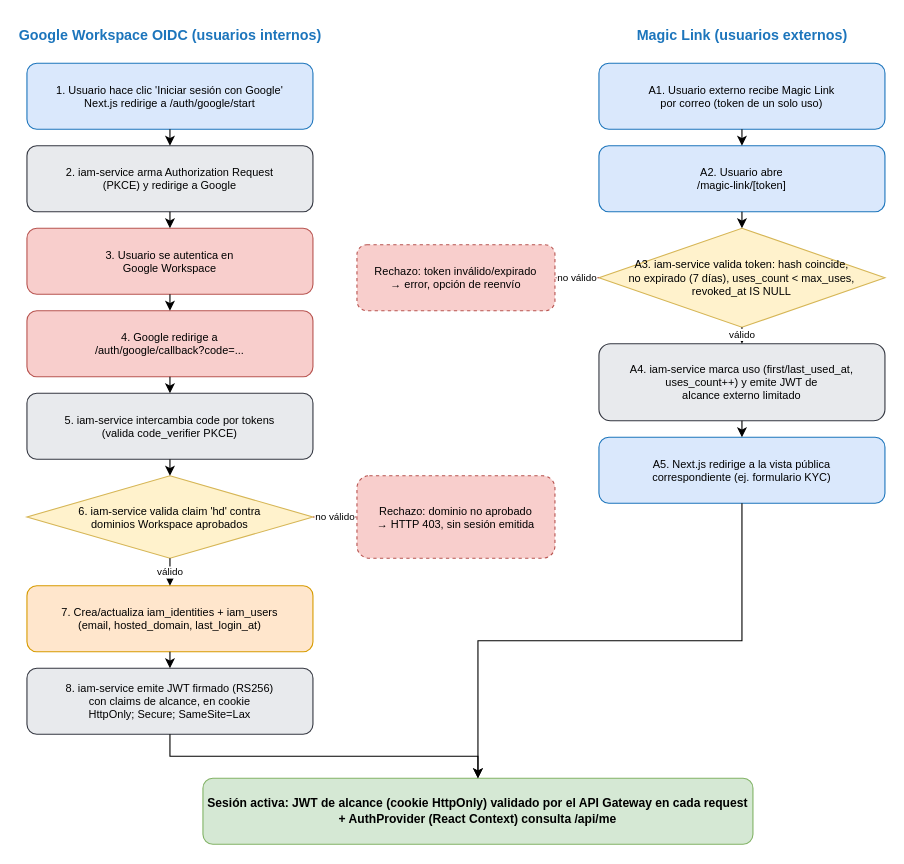
mariana747/CumbresBI keeps this draw.io diagram as docs/architecture/diagrams/05-flujo-oidc.drawio. Above is the earlier version. Source tidied: cells renumbered, new cells numbered last; positions are measured from the earlier drawing's top-left corner, leaving out a move shared by most shapes. Both pictures are drawn from the tidied source at 110%, with x=0, y=0 at pixel (26, 19).
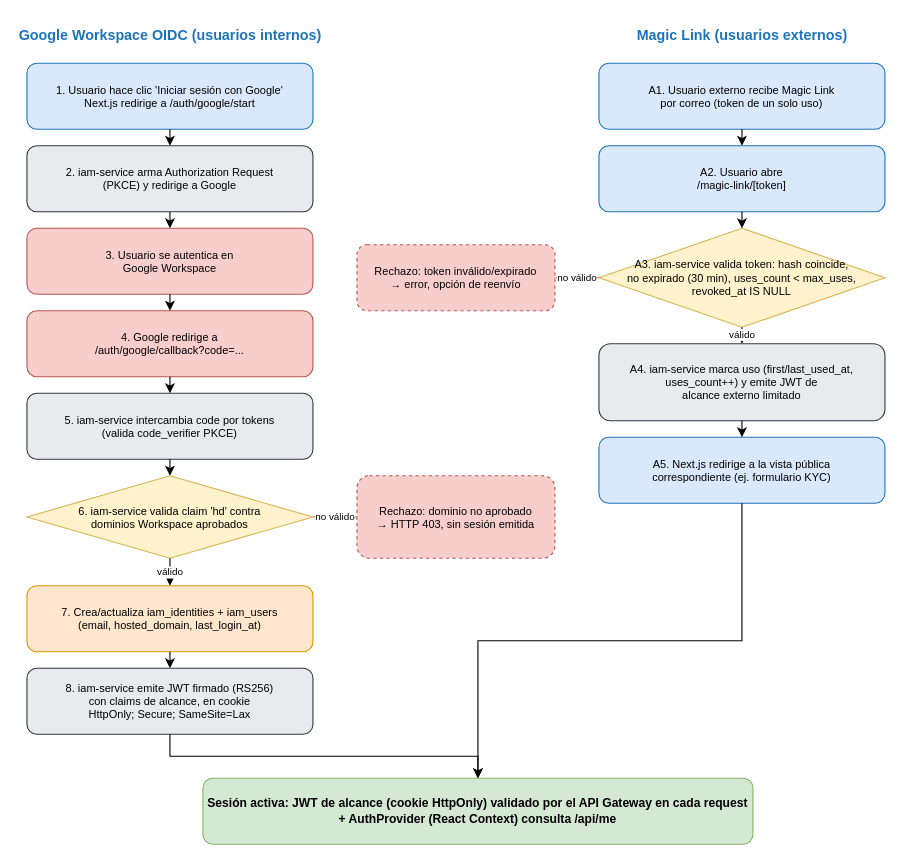
After the change.

The edit, as a diff of the source:
```diff
@@
-    <mxCell id="15" value="A3. iam-service valida token: hash coincide,&#10;no expirado (7 días), uses_count &lt; max_uses,&#10;revoked_at IS NULL" style="rhombus;whiteSpace=wrap;html=1;fillColor=#fff2cc;strokeColor=#d6b656;fontSize=10;" parent="1" vertex="1">
+    <mxCell id="15" value="A3. iam-service valida token: hash coincide,&#10;no expirado (30 min), uses_count &lt; max_uses,&#10;revoked_at IS NULL" style="rhombus;whiteSpace=wrap;html=1;fillColor=#fff2cc;strokeColor=#d6b656;fontSize=10;" parent="1" vertex="1">
       <mxGeometry x="520" y="190" width="260" height="90" as="geometry" />
     </mxCell>
```
